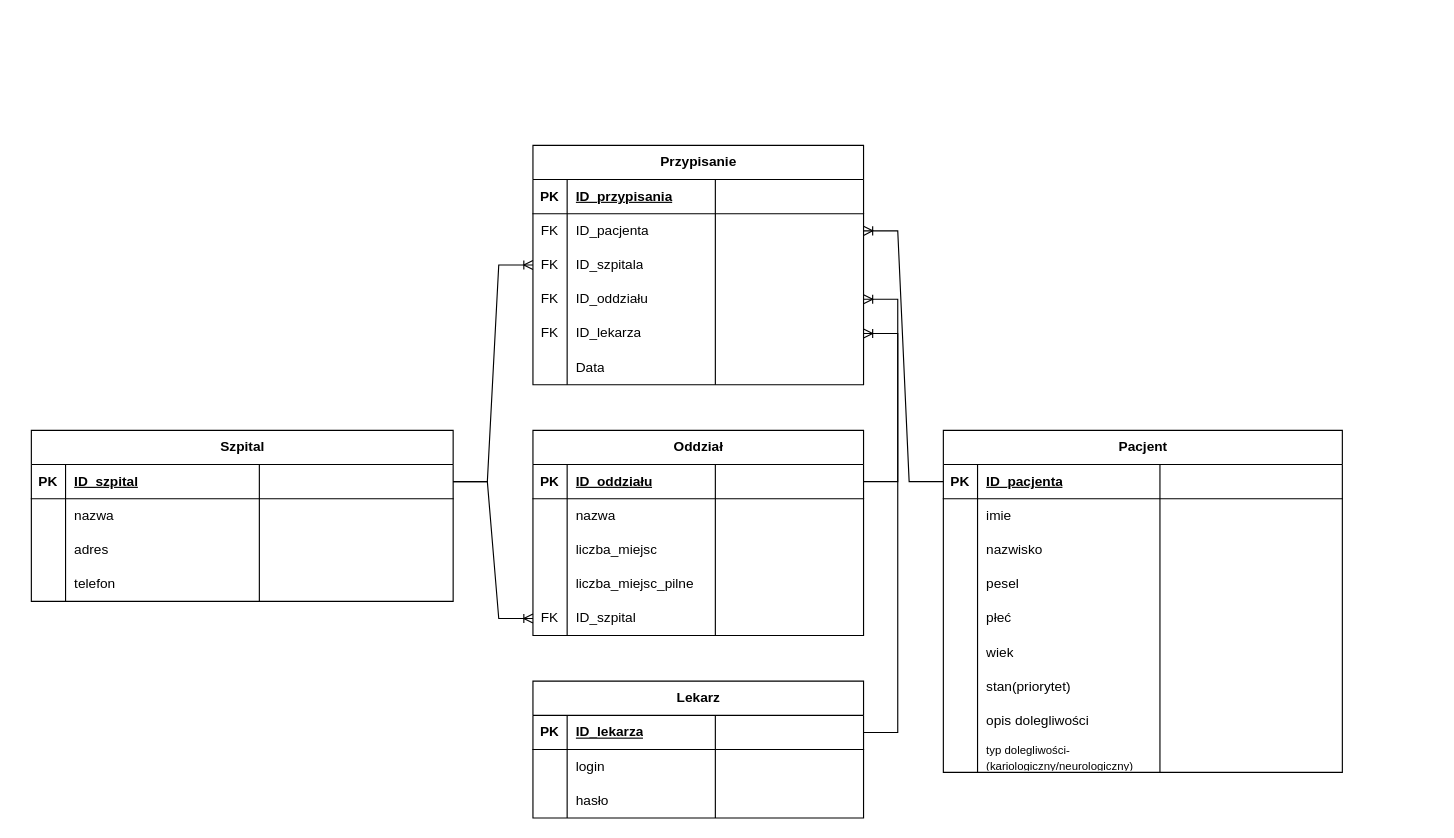
This is documentation/schemat_zwiazków_bazy.drawio from IO-GL01/patient-router, a draw.io file, before an edit. Source tidied: cells renumbered, new cells numbered last; positions are measured from the earlier drawing's top-left corner, leaving out a move shared by most shapes. Both pictures are drawn from the tidied source at 114%, with x=0, y=0 at pixel (31, 145).
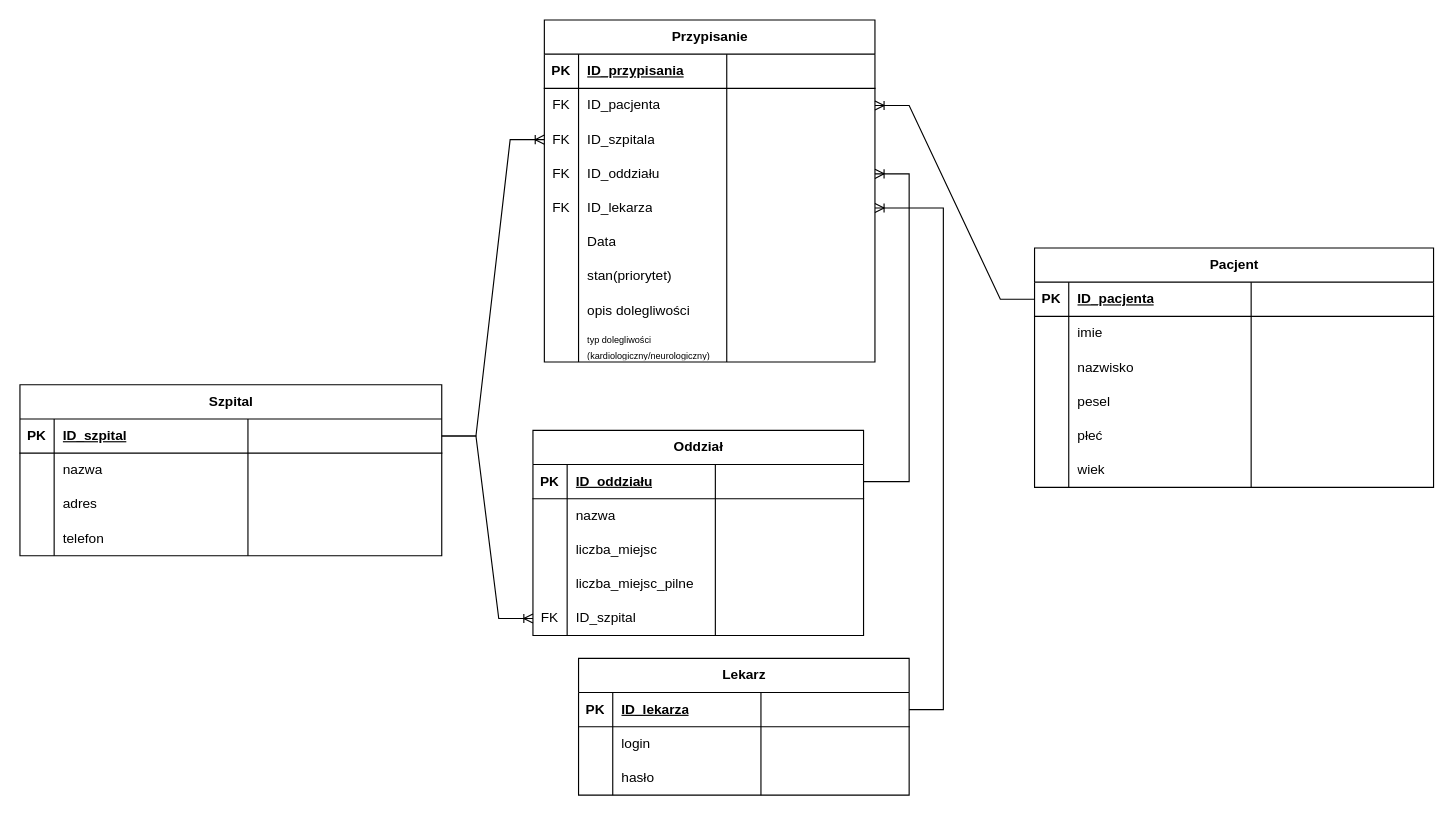
The same diagram, later.

Commit message (it also covers changes not shown here):
Poprawa tabeli przypisanie

Diff of the diagram source:
```diff
@@
     <mxCell id="2" value="Szpital" style="shape=table;startSize=30;childLayout=tableLayout;rowLines=0;fontStyle=1;align=center;html=1;" parent="1" vertex="1">
-      <mxGeometry y="250" width="370" height="150" as="geometry" />
+      <mxGeometry x="-10" y="210" width="370" height="150" as="geometry" />
     </mxCell>
@@
     <mxCell id="19" value="Przypisanie" style="shape=table;startSize=30;childLayout=tableLayout;rowLines=0;fontStyle=1;align=center;html=1;" parent="1" vertex="1">
-      <mxGeometry x="440" width="290" height="210" as="geometry" />
+      <mxGeometry x="450" y="-110" width="290" height="300" as="geometry" />
     </mxCell>
@@
+    <mxCell id="120" style="shape=tableRow;horizontal=0;startSize=0;swimlaneHead=0;swimlaneBody=0;fillColor=none;top=0;left=0;right=0;bottom=0;" parent="19" vertex="1">
+      <mxGeometry y="210" width="290" height="30" as="geometry" />
+    </mxCell>
+    <mxCell id="121" style="shape=partialRectangle;fillColor=none;top=0;left=0;bottom=0;right=0;overflow=hidden;whiteSpace=wrap;html=1;" parent="120" vertex="1">
+      <mxGeometry width="30" height="30" as="geometry" />
+    </mxCell>
+    <mxCell id="105" value="stan(priorytet)" style="shape=partialRectangle;fillColor=none;top=0;left=0;bottom=0;right=0;align=left;spacingLeft=6;overflow=hidden;whiteSpace=wrap;html=1;" parent="120" vertex="1">
+      <mxGeometry x="30" width="130" height="30" as="geometry" />
+    </mxCell>
+    <mxCell id="122" style="shape=partialRectangle;fillColor=none;top=0;left=0;bottom=0;right=0;align=left;spacingLeft=6;overflow=hidden;whiteSpace=wrap;html=1;" parent="120" vertex="1">
+      <mxGeometry x="160" width="130" height="30" as="geometry" />
+    </mxCell>
+    <mxCell id="123" style="shape=tableRow;horizontal=0;startSize=0;swimlaneHead=0;swimlaneBody=0;fillColor=none;top=0;left=0;right=0;bottom=0;" parent="19" vertex="1">
+      <mxGeometry y="240" width="290" height="30" as="geometry" />
+    </mxCell>
+    <mxCell id="124" style="shape=partialRectangle;fillColor=none;top=0;left=0;bottom=0;right=0;overflow=hidden;whiteSpace=wrap;html=1;" parent="123" vertex="1">
+      <mxGeometry width="30" height="30" as="geometry" />
+    </mxCell>
+    <mxCell id="109" value="opis dolegliwości" style="shape=partialRectangle;fillColor=none;top=0;left=0;bottom=0;right=0;align=left;spacingLeft=6;overflow=hidden;whiteSpace=wrap;html=1;" parent="123" vertex="1">
+      <mxGeometry x="30" width="130" height="30" as="geometry" />
+    </mxCell>
+    <mxCell id="125" style="shape=partialRectangle;fillColor=none;top=0;left=0;bottom=0;right=0;align=left;spacingLeft=6;overflow=hidden;whiteSpace=wrap;html=1;" parent="123" vertex="1">
+      <mxGeometry x="160" width="130" height="30" as="geometry" />
+    </mxCell>
+    <mxCell id="126" style="shape=tableRow;horizontal=0;startSize=0;swimlaneHead=0;swimlaneBody=0;fillColor=none;top=0;left=0;right=0;bottom=0;" parent="19" vertex="1">
+      <mxGeometry y="270" width="290" height="30" as="geometry" />
+    </mxCell>
+    <mxCell id="127" style="shape=partialRectangle;fillColor=none;top=0;left=0;bottom=0;right=0;overflow=hidden;whiteSpace=wrap;html=1;" parent="126" vertex="1">
+      <mxGeometry width="30" height="30" as="geometry" />
+    </mxCell>
+    <mxCell id="128" value="&lt;font style=&quot;font-size: 8px;&quot;&gt;typ dolegliwości (kardiologiczny/neurologiczny)&lt;/font&gt;" style="shape=partialRectangle;fillColor=none;top=0;left=0;bottom=0;right=0;align=left;spacingLeft=6;overflow=hidden;whiteSpace=wrap;html=1;" parent="126" vertex="1">
+      <mxGeometry x="30" width="130" height="30" as="geometry" />
+    </mxCell>
+    <mxCell id="129" style="shape=partialRectangle;fillColor=none;top=0;left=0;bottom=0;right=0;align=left;spacingLeft=6;overflow=hidden;whiteSpace=wrap;html=1;" parent="126" vertex="1">
+      <mxGeometry x="160" width="130" height="30" as="geometry" />
+    </mxCell>
@@
     <mxCell id="65" value="Lekarz" style="shape=table;startSize=30;childLayout=tableLayout;rowLines=0;fontStyle=1;align=center;html=1;" parent="1" vertex="1">
-      <mxGeometry x="440" y="470" width="290" height="120" as="geometry" />
+      <mxGeometry x="480" y="450" width="290" height="120" as="geometry" />
     </mxCell>
@@
     <mxCell id="78" value="Pacjent" style="shape=table;startSize=30;childLayout=tableLayout;rowLines=0;fontStyle=1;align=center;html=1;" parent="1" vertex="1">
-      <mxGeometry x="800" y="250" width="350" height="300" as="geometry" />
+      <mxGeometry x="880" y="90" width="350" height="210" as="geometry" />
     </mxCell>
@@
-    <mxCell id="103" style="shape=tableRow;horizontal=0;startSize=0;swimlaneHead=0;swimlaneBody=0;fillColor=none;top=0;left=0;right=0;bottom=0;" parent="78" vertex="1">
-      <mxGeometry y="210" width="350" height="30" as="geometry" />
-    </mxCell>
-    <mxCell id="104" style="shape=partialRectangle;fillColor=none;top=0;left=0;bottom=0;right=0;overflow=hidden;whiteSpace=wrap;html=1;" parent="103" vertex="1">
-      <mxGeometry width="30" height="30" as="geometry" />
-    </mxCell>
-    <mxCell id="105" value="stan(priorytet)" style="shape=partialRectangle;fillColor=none;top=0;left=0;bottom=0;right=0;align=left;spacingLeft=6;overflow=hidden;whiteSpace=wrap;html=1;" parent="103" vertex="1">
-      <mxGeometry x="30" width="160" height="30" as="geometry" />
-    </mxCell>
-    <mxCell id="106" style="shape=partialRectangle;fillColor=none;top=0;left=0;bottom=0;right=0;align=left;spacingLeft=6;overflow=hidden;whiteSpace=wrap;html=1;" parent="103" vertex="1">
-      <mxGeometry x="190" width="160" height="30" as="geometry" />
-    </mxCell>
-    <mxCell id="107" style="shape=tableRow;horizontal=0;startSize=0;swimlaneHead=0;swimlaneBody=0;fillColor=none;top=0;left=0;right=0;bottom=0;" parent="78" vertex="1">
-      <mxGeometry y="240" width="350" height="30" as="geometry" />
-    </mxCell>
-    <mxCell id="108" style="shape=partialRectangle;fillColor=none;top=0;left=0;bottom=0;right=0;overflow=hidden;whiteSpace=wrap;html=1;" parent="107" vertex="1">
-      <mxGeometry width="30" height="30" as="geometry" />
-    </mxCell>
-    <mxCell id="109" value="opis dolegliwości" style="shape=partialRectangle;fillColor=none;top=0;left=0;bottom=0;right=0;align=left;spacingLeft=6;overflow=hidden;whiteSpace=wrap;html=1;" parent="107" vertex="1">
-      <mxGeometry x="30" width="160" height="30" as="geometry" />
-    </mxCell>
-    <mxCell id="110" style="shape=partialRectangle;fillColor=none;top=0;left=0;bottom=0;right=0;align=left;spacingLeft=6;overflow=hidden;whiteSpace=wrap;html=1;" parent="107" vertex="1">
-      <mxGeometry x="190" width="160" height="30" as="geometry" />
-    </mxCell>
-    <mxCell id="111" style="shape=tableRow;horizontal=0;startSize=0;swimlaneHead=0;swimlaneBody=0;fillColor=none;top=0;left=0;right=0;bottom=0;align=center;" parent="78" vertex="1">
-      <mxGeometry y="270" width="350" height="30" as="geometry" />
-    </mxCell>
-    <mxCell id="112" style="shape=partialRectangle;fillColor=none;top=0;left=0;bottom=0;right=0;overflow=hidden;whiteSpace=wrap;html=1;" parent="111" vertex="1">
-      <mxGeometry width="30" height="30" as="geometry" />
-    </mxCell>
-    <mxCell id="113" value="&lt;font style=&quot;font-size: 10px;&quot;&gt;typ dolegliwości-(kariologiczny/neurologiczny)&lt;/font&gt;" style="shape=partialRectangle;fillColor=none;top=0;left=0;bottom=0;right=0;align=left;spacingLeft=6;overflow=hidden;whiteSpace=wrap;html=1;" parent="111" vertex="1">
-      <mxGeometry x="30" width="160" height="30" as="geometry" />
-    </mxCell>
-    <mxCell id="114" style="shape=partialRectangle;fillColor=none;top=0;left=0;bottom=0;right=0;align=left;spacingLeft=6;overflow=hidden;whiteSpace=wrap;html=1;" parent="111" vertex="1">
-      <mxGeometry x="190" width="160" height="30" as="geometry" />
-    </mxCell>
```
